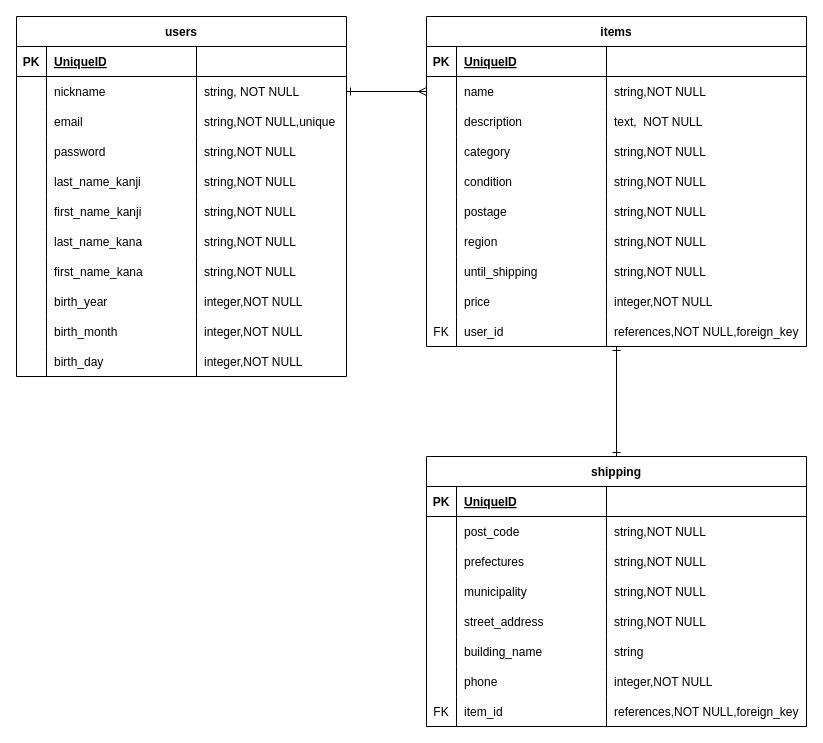
Shun-ST-TechCamp/furima-39524 keeps this draw.io diagram as ER図.dio. Above is the earlier version. Source tidied: cells renumbered, new cells numbered last; positions are measured from the earlier drawing's top-left corner, leaving out a move shared by most shapes. Both pictures are drawn from the tidied source at 100%, with x=0, y=0 at pixel (16, 16).
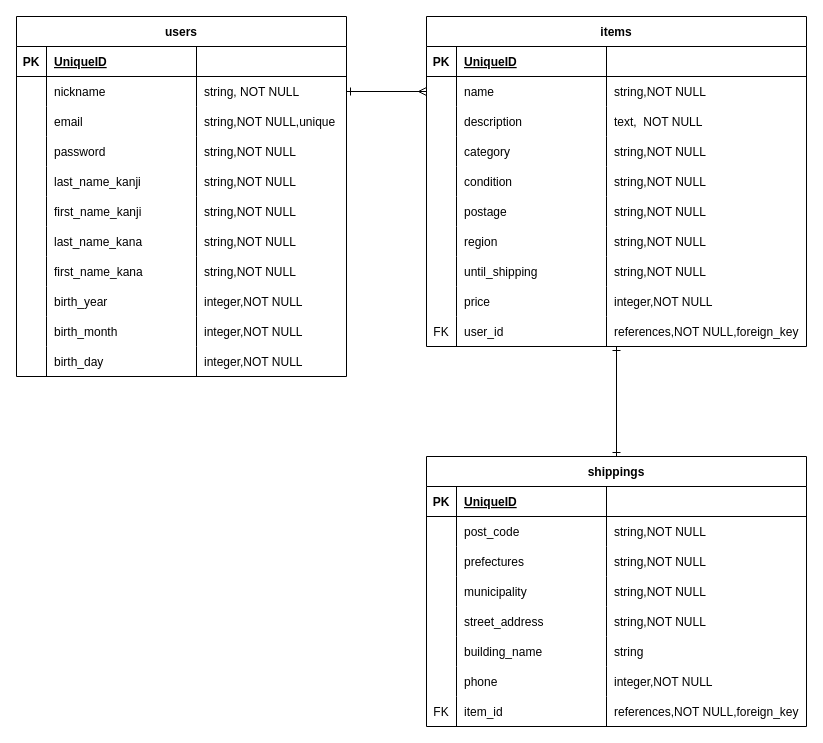
After the change.

The edit, as a diff of the source:
```diff
@@
-    <mxCell id="89" value="shipping" style="shape=table;startSize=30;childLayout=tableLayout;rowLines=0;fontStyle=1;align=center;" parent="1" vertex="1">
+    <mxCell id="89" value="shippings" style="shape=table;startSize=30;childLayout=tableLayout;rowLines=0;fontStyle=1;align=center;" parent="1" vertex="1">
       <mxGeometry x="410" y="440" width="380" height="270" as="geometry" />
     </mxCell>
```
